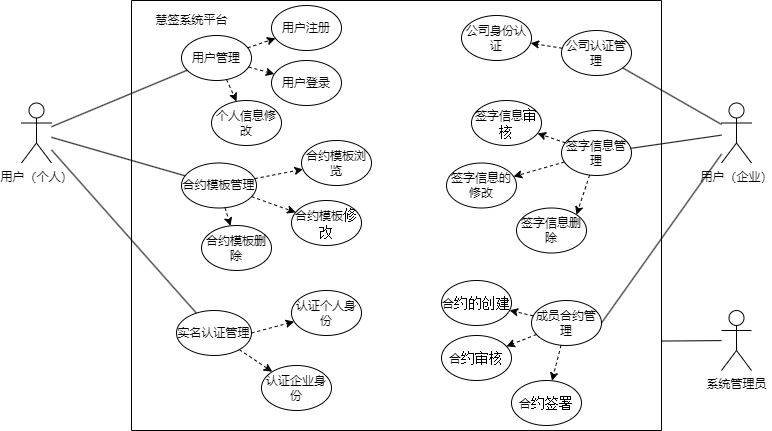
Before: 成员合约管理.drawio.png, a diagram exported from draw.io (youzhi-qiang/Huan-ke). Source tidied: cells renumbered, new cells last; positions are measured from the earlier drawing's top-left corner, leaving out a move shared by most shapes.
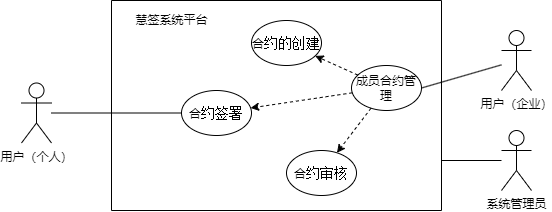
The same diagram one commit later.

Commit message:
更新成员合约管理.drawio.png

What changed in the source:
```diff
@@ -3,113 +3,26 @@
     <mxCell id="0" />
     <mxCell id="1" parent="0" />
     <mxCell id="2" value="用户（个人）" style="shape=umlActor;verticalLabelPosition=bottom;verticalAlign=top;html=1;outlineConnect=0;" parent="1" vertex="1">
-      <mxGeometry y="102.5" width="30" height="60" as="geometry" />
+      <mxGeometry x="20" y="62.5" width="30" height="60" as="geometry" />
     </mxCell>
     <mxCell id="3" style="swimlane;startSize=0;" parent="1" vertex="1">
-      <mxGeometry x="110" width="530" height="430" as="geometry" />
+      <mxGeometry x="110" y="-20" width="330" height="210" as="geometry" />
     </mxCell>
-    <mxCell id="4" value="合约模板管理" style="ellipse;whiteSpace=wrap;html=1;" parent="3" vertex="1">
-      <mxGeometry x="50" y="162.5" width="75" height="45" as="geometry" />
-    </mxCell>
-    <mxCell id="5" value="实名认证管理" style="ellipse;whiteSpace=wrap;html=1;" parent="3" vertex="1">
-      <mxGeometry x="45" y="310" width="75" height="45" as="geometry" />
-    </mxCell>
-    <mxCell id="6" value="签字信息管理" style="ellipse;whiteSpace=wrap;html=1;" parent="3" vertex="1">
-      <mxGeometry x="430" y="130" width="70" height="45" as="geometry" />
-    </mxCell>
     <mxCell id="7" value="成员合约管理" style="ellipse;whiteSpace=wrap;html=1;" parent="3" vertex="1">
-      <mxGeometry x="400" y="300" width="70" height="45" as="geometry" />
+      <mxGeometry x="240" y="65" width="70" height="45" as="geometry" />
     </mxCell>
-    <mxCell id="8" value="公司认证管理" style="ellipse;whiteSpace=wrap;html=1;" parent="3" vertex="1">
-      <mxGeometry x="430" y="30" width="70" height="45" as="geometry" />
-    </mxCell>
-    <mxCell id="9" value="用户管理" style="ellipse;whiteSpace=wrap;html=1;" parent="3" vertex="1">
-      <mxGeometry x="50" y="35" width="70" height="45" as="geometry" />
-    </mxCell>
     <mxCell id="10" value="慧签系统平台" style="text;html=1;align=center;verticalAlign=middle;strokeColor=none;fillColor=none;" parent="3" vertex="1">
       <mxGeometry x="10" y="5" width="100" height="30" as="geometry" />
     </mxCell>
-    <mxCell id="11" value="认证企业身份" style="ellipse;whiteSpace=wrap;html=1;" parent="3" vertex="1">
-      <mxGeometry x="130" y="365" width="70" height="45" as="geometry" />
-    </mxCell>
-    <mxCell id="12" value="&lt;p class=&quot;MsoNormal&quot;&gt;认证个人身份&lt;/p&gt;" style="ellipse;whiteSpace=wrap;html=1;" parent="3" vertex="1">
-      <mxGeometry x="160" y="290" width="70" height="45" as="geometry" />
-    </mxCell>
-    <mxCell id="13" value="用户注册" style="ellipse;whiteSpace=wrap;html=1;" parent="3" vertex="1">
-      <mxGeometry x="140" y="5" width="70" height="45" as="geometry" />
-    </mxCell>
-    <mxCell id="14" value="&lt;p class=&quot;MsoNormal&quot;&gt;用户登录&lt;/p&gt;" style="ellipse;whiteSpace=wrap;html=1;" parent="3" vertex="1">
-      <mxGeometry x="140" y="60" width="70" height="45" as="geometry" />
-    </mxCell>
-    <mxCell id="15" value="&lt;p class=&quot;MsoNormal&quot;&gt;个人信息修改&lt;/p&gt;" style="ellipse;whiteSpace=wrap;html=1;" parent="3" vertex="1">
-      <mxGeometry x="80" y="100" width="70" height="45" as="geometry" />
-    </mxCell>
-    <mxCell id="16" value="&lt;p class=&quot;MsoNormal&quot;&gt;合约模板浏览&lt;/p&gt;" style="ellipse;whiteSpace=wrap;html=1;" parent="3" vertex="1">
-      <mxGeometry x="170" y="140" width="70" height="45" as="geometry" />
-    </mxCell>
-    <mxCell id="17" value="&lt;p class=&quot;MsoNormal&quot;&gt;合约模板&lt;span style=&quot;mso-spacerun:'yes';font-family:宋体;font-size:10.5000pt;&lt;br/&gt;mso-font-kerning:0.5000pt;&quot;&gt;修改&lt;/span&gt;&lt;/p&gt;" style="ellipse;whiteSpace=wrap;html=1;" parent="3" vertex="1">
-      <mxGeometry x="160" y="200" width="70" height="45" as="geometry" />
-    </mxCell>
-    <mxCell id="18" value="&lt;p class=&quot;MsoNormal&quot;&gt;合约模板删除&lt;/p&gt;" style="ellipse;whiteSpace=wrap;html=1;" parent="3" vertex="1">
-      <mxGeometry x="70" y="225" width="70" height="45" as="geometry" />
-    </mxCell>
-    <mxCell id="19" value="&lt;p class=&quot;MsoNormal&quot;&gt;签字信息&lt;span style=&quot;mso-spacerun:'yes';font-family:宋体;font-size:10.5000pt;&lt;br/&gt;mso-font-kerning:0.5000pt;&quot;&gt;审核&lt;/span&gt;&lt;/p&gt;" style="ellipse;whiteSpace=wrap;html=1;" parent="3" vertex="1">
-      <mxGeometry x="340" y="100" width="70" height="45" as="geometry" />
-    </mxCell>
-    <mxCell id="20" value="&lt;p class=&quot;MsoNormal&quot;&gt;签字信息的修改&lt;/p&gt;" style="ellipse;whiteSpace=wrap;html=1;" parent="3" vertex="1">
-      <mxGeometry x="315" y="162.5" width="70" height="45" as="geometry" />
-    </mxCell>
-    <mxCell id="21" value="&lt;p class=&quot;MsoNormal&quot;&gt;签字信息删除&lt;/p&gt;" style="ellipse;whiteSpace=wrap;html=1;" parent="3" vertex="1">
-      <mxGeometry x="385" y="207.5" width="70" height="45" as="geometry" />
-    </mxCell>
-    <mxCell id="22" value="&lt;p class=&quot;MsoNormal&quot;&gt;公司身份认证&lt;/p&gt;" style="ellipse;whiteSpace=wrap;html=1;" parent="3" vertex="1">
-      <mxGeometry x="330" y="15" width="70" height="45" as="geometry" />
-    </mxCell>
     <mxCell id="23" value="&lt;p class=&quot;MsoNormal&quot;&gt;合&lt;span style=&quot;mso-spacerun:'yes';font-family:宋体;font-size:10.5000pt;&lt;br/&gt;mso-font-kerning:0.5000pt;&quot;&gt;约&lt;/span&gt;&lt;span style=&quot;mso-spacerun:'yes';font-family:宋体;font-size:10.5000pt;&lt;br/&gt;mso-font-kerning:0.5000pt;&quot;&gt;的创建&lt;/span&gt;&lt;/p&gt;" style="ellipse;whiteSpace=wrap;html=1;" parent="3" vertex="1">
-      <mxGeometry x="310" y="280" width="70" height="45" as="geometry" />
+      <mxGeometry x="140" y="20" width="70" height="45" as="geometry" />
     </mxCell>
     <mxCell id="24" value="&lt;p class=&quot;MsoNormal&quot;&gt;合&lt;span style=&quot;mso-spacerun:'yes';font-family:宋体;font-size:10.5000pt;&lt;br/&gt;mso-font-kerning:0.5000pt;&quot;&gt;约&lt;/span&gt;&lt;span style=&quot;mso-spacerun:'yes';font-family:宋体;font-size:10.5000pt;&lt;br/&gt;mso-font-kerning:0.5000pt;&quot;&gt;审核&lt;/span&gt;&lt;/p&gt;" style="ellipse;whiteSpace=wrap;html=1;" parent="3" vertex="1">
-      <mxGeometry x="310" y="335" width="70" height="45" as="geometry" />
+      <mxGeometry x="175" y="150" width="70" height="45" as="geometry" />
     </mxCell>
     <mxCell id="25" value="&lt;p class=&quot;MsoNormal&quot;&gt;合&lt;span style=&quot;mso-spacerun:'yes';font-family:宋体;font-size:10.5000pt;&lt;br/&gt;mso-font-kerning:0.5000pt;&quot;&gt;约&lt;/span&gt;&lt;span style=&quot;mso-spacerun:'yes';font-family:宋体;font-size:10.5000pt;&lt;br/&gt;mso-font-kerning:0.5000pt;&quot;&gt;签署&lt;/span&gt;&lt;/p&gt;" style="ellipse;whiteSpace=wrap;html=1;" parent="3" vertex="1">
-      <mxGeometry x="380" y="380" width="70" height="45" as="geometry" />
+      <mxGeometry x="70" y="90" width="70" height="45" as="geometry" />
     </mxCell>
-    <mxCell id="26" style="endArrow=classic;html=1;rounded=0;dashed=1;" parent="3" edge="1" source="9" target="13">
-      <mxGeometry relative="1" as="geometry" />
-    </mxCell>
-    <mxCell id="27" style="endArrow=classic;html=1;rounded=0;dashed=1;" parent="3" edge="1" source="9" target="14">
-      <mxGeometry relative="1" as="geometry" />
-    </mxCell>
-    <mxCell id="28" style="endArrow=classic;html=1;rounded=0;dashed=1;" parent="3" edge="1" source="9" target="15">
-      <mxGeometry relative="1" as="geometry" />
-    </mxCell>
-    <mxCell id="29" style="endArrow=classic;html=1;rounded=0;dashed=1;" parent="3" edge="1" source="4" target="16">
-      <mxGeometry relative="1" as="geometry" />
-    </mxCell>
-    <mxCell id="30" style="endArrow=classic;html=1;rounded=0;dashed=1;" parent="3" edge="1" source="4" target="17">
-      <mxGeometry relative="1" as="geometry" />
-    </mxCell>
-    <mxCell id="31" style="endArrow=classic;html=1;rounded=0;dashed=1;" parent="3" edge="1" source="4" target="18">
-      <mxGeometry relative="1" as="geometry" />
-    </mxCell>
-    <mxCell id="32" style="endArrow=classic;html=1;rounded=0;dashed=1;exitX=1;exitY=0.5;exitDx=0;exitDy=0;" parent="3" edge="1" source="5" target="12">
-      <mxGeometry relative="1" as="geometry" />
-    </mxCell>
-    <mxCell id="33" style="endArrow=classic;html=1;rounded=0;dashed=1;" parent="3" edge="1" source="5" target="11">
-      <mxGeometry relative="1" as="geometry" />
-    </mxCell>
-    <mxCell id="34" style="endArrow=classic;html=1;rounded=0;dashed=1;" parent="3" edge="1" source="8" target="22">
-      <mxGeometry relative="1" as="geometry" />
-    </mxCell>
-    <mxCell id="35" style="endArrow=classic;html=1;rounded=0;dashed=1;" parent="3" edge="1" source="6" target="19">
-      <mxGeometry relative="1" as="geometry" />
-    </mxCell>
-    <mxCell id="36" style="endArrow=classic;html=1;rounded=0;dashed=1;" parent="3" edge="1" source="6" target="20">
-      <mxGeometry relative="1" as="geometry" />
-    </mxCell>
-    <mxCell id="37" style="endArrow=classic;html=1;rounded=0;dashed=1;entryX=1;entryY=0;entryDx=0;entryDy=0;" parent="3" edge="1" source="6" target="21">
-      <mxGeometry relative="1" as="geometry" />
-    </mxCell>
     <mxCell id="38" style="endArrow=classic;html=1;rounded=0;dashed=1;" parent="3" edge="1" source="7" target="23">
       <mxGeometry relative="1" as="geometry" />
     </mxCell>
@@ -120,31 +33,21 @@
       <mxGeometry relative="1" as="geometry" />
     </mxCell>
     <mxCell id="41" value="用户（企业）" style="shape=umlActor;verticalLabelPosition=bottom;verticalAlign=top;html=1;outlineConnect=0;" parent="1" vertex="1">
-      <mxGeometry x="700" y="102.5" width="30" height="60" as="geometry" />
+      <mxGeometry x="500" y="10" width="30" height="60" as="geometry" />
     </mxCell>
-    <mxCell id="42" style="endArrow=none;html=1;rounded=0;" parent="1" edge="1" source="2" target="9">
-      <mxGeometry relative="1" as="geometry" />
-    </mxCell>
-    <mxCell id="43" style="endArrow=none;html=1;rounded=0;" parent="1" edge="1" source="6" target="41">
-      <mxGeometry relative="1" as="geometry" />
-    </mxCell>
-    <mxCell id="44" style="endArrow=none;html=1;rounded=0;" parent="1" edge="1" source="2" target="5">
-      <mxGeometry relative="1" as="geometry" />
-    </mxCell>
-    <mxCell id="45" style="endArrow=none;html=1;rounded=0;" parent="1" edge="1" source="8" target="41">
-      <mxGeometry relative="1" as="geometry" />
-    </mxCell>
     <mxCell id="46" style="endArrow=none;html=1;rounded=0;exitX=1;exitY=0.5;exitDx=0;exitDy=0;" parent="1" edge="1" source="7" target="41">
       <mxGeometry relative="1" as="geometry" />
     </mxCell>
-    <mxCell id="47" style="endArrow=none;html=1;rounded=0;" parent="1" edge="1" source="2" target="4">
-      <mxGeometry relative="1" as="geometry" />
-    </mxCell>
     <mxCell id="48" value="系统管理员" style="shape=umlActor;verticalLabelPosition=bottom;verticalAlign=top;html=1;outlineConnect=0;" parent="1" vertex="1">
-      <mxGeometry x="700" y="310" width="30" height="60" as="geometry" />
+      <mxGeometry x="500" y="110" width="30" height="60" as="geometry" />
     </mxCell>
-    <mxCell id="49" style="endArrow=none;html=1;rounded=0;exitX=0.999;exitY=0.792;exitDx=0;exitDy=0;exitPerimeter=0;" parent="1" edge="1" source="3" target="48">
-      <mxGeometry relative="1" as="geometry" />
+    <mxCell id="49" style="endArrow=none;html=1;rounded=0;" parent="1" edge="1" target="48">
+      <mxGeometry relative="1" as="geometry">
+        <mxPoint x="440" y="140" as="sourcePoint" />
+      </mxGeometry>
     </mxCell>
+    <mxCell id="50" style="endArrow=none;html=1;rounded=0;" parent="1" edge="1" source="2" target="25">
+      <mxGeometry relative="1" as="geometry" />
+    </mxCell>
   </root>
 </mxGraphModel>
```
